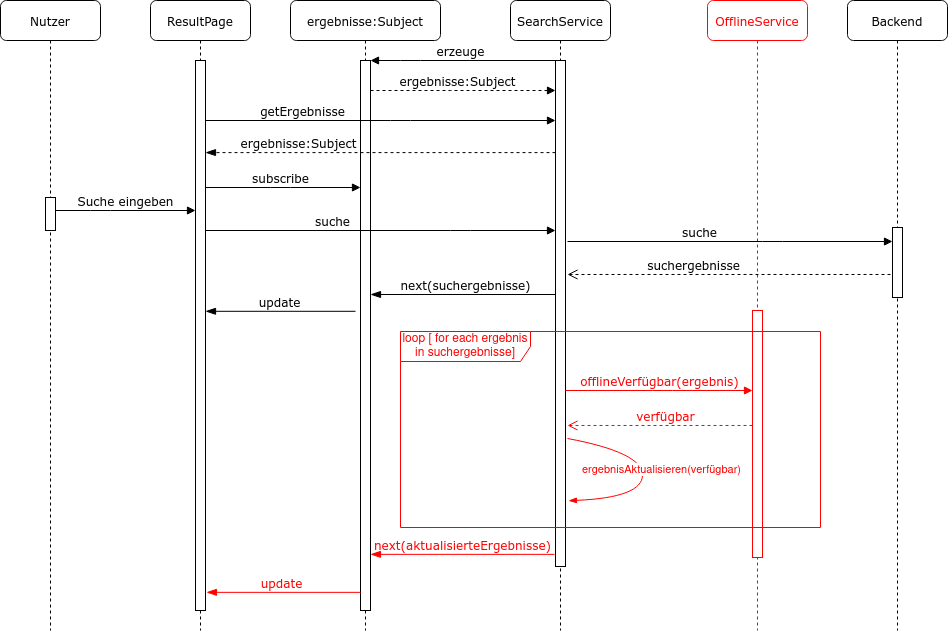
Earlier version of the draw.io export tex/bilder/diagramme/suche-sequenzdiagramm.png (schalterDev/Bachelor-Thesis). Source tidied: cells renumbered, new cells last; positions are measured from the earlier drawing's top-left corner, leaving out a move shared by most shapes.
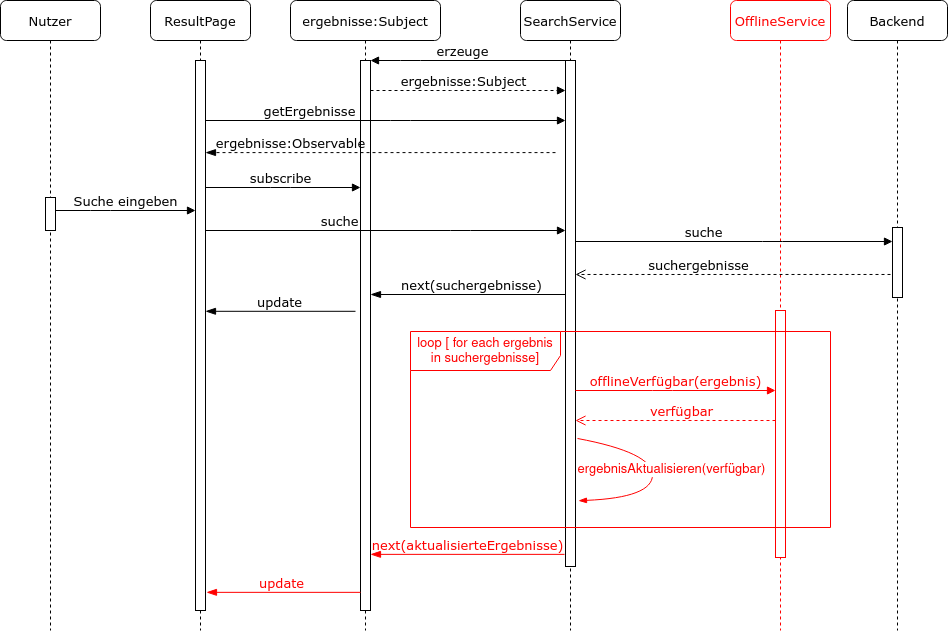
After the change.

Change to the diagram source:
```diff
@@ -2,19 +2,19 @@
   <root>
     <mxCell id="0" />
     <mxCell id="1" parent="0" />
-    <mxCell id="2" value="&lt;font color=&quot;#FF0000&quot;&gt;OfflineService&lt;/font&gt;" style="shape=umlLifeline;perimeter=lifelinePerimeter;whiteSpace=wrap;html=1;rounded=1;shadow=0;comic=0;labelBackgroundColor=none;strokeWidth=1;fontFamily=Verdana;fontSize=12;align=center;strokeColor=#FF0000;" parent="1" vertex="1">
-      <mxGeometry x="707" width="100" height="630" as="geometry" />
+    <mxCell id="2" value="&lt;font style=&quot;font-size: 13px;&quot; color=&quot;#FF0000&quot;&gt;OfflineService&lt;/font&gt;" style="shape=umlLifeline;perimeter=lifelinePerimeter;whiteSpace=wrap;html=1;rounded=1;shadow=0;comic=0;labelBackgroundColor=none;strokeWidth=1;fontFamily=Verdana;fontSize=13;align=center;strokeColor=#FF0000;" parent="1" vertex="1">
+      <mxGeometry x="730" width="100" height="630" as="geometry" />
     </mxCell>
-    <mxCell id="3" style="html=1;points=[];perimeter=orthogonalPerimeter;rounded=0;shadow=0;comic=0;labelBackgroundColor=none;strokeWidth=1;fontFamily=Verdana;fontSize=12;align=center;strokeColor=#FF0000;" parent="2" vertex="1">
+    <mxCell id="3" style="html=1;points=[];perimeter=orthogonalPerimeter;rounded=0;shadow=0;comic=0;labelBackgroundColor=none;strokeWidth=1;fontFamily=Verdana;fontSize=13;align=center;strokeColor=#FF0000;" parent="2" vertex="1">
       <mxGeometry x="45" y="310" width="10" height="247" as="geometry" />
     </mxCell>
-    <mxCell id="4" value="SearchService" style="shape=umlLifeline;perimeter=lifelinePerimeter;whiteSpace=wrap;html=1;rounded=1;shadow=0;comic=0;labelBackgroundColor=none;strokeWidth=1;fontFamily=Verdana;fontSize=12;align=center;" parent="1" vertex="1">
-      <mxGeometry x="510" width="100" height="630" as="geometry" />
+    <mxCell id="4" value="SearchService" style="shape=umlLifeline;perimeter=lifelinePerimeter;whiteSpace=wrap;html=1;rounded=1;shadow=0;comic=0;labelBackgroundColor=none;strokeWidth=1;fontFamily=Verdana;fontSize=13;align=center;" parent="1" vertex="1">
+      <mxGeometry x="520" width="100" height="630" as="geometry" />
     </mxCell>
-    <mxCell id="5" style="html=1;points=[];perimeter=orthogonalPerimeter;rounded=0;shadow=0;comic=0;labelBackgroundColor=none;strokeWidth=1;fontFamily=Verdana;fontSize=12;align=center;" parent="4" vertex="1">
+    <mxCell id="5" style="html=1;points=[];perimeter=orthogonalPerimeter;rounded=0;shadow=0;comic=0;labelBackgroundColor=none;strokeWidth=1;fontFamily=Verdana;fontSize=13;align=center;" parent="4" vertex="1">
       <mxGeometry x="45" y="60" width="10" height="506" as="geometry" />
     </mxCell>
-    <mxCell id="6" style="curved=1;endArrow=none;html=1;endFill=0;startArrow=blockThin;startFill=1;entryX=1.2;entryY=0.747;entryDx=0;entryDy=0;entryPerimeter=0;exitX=1.3;exitY=0.87;exitDx=0;exitDy=0;exitPerimeter=0;fontColor=#FF0000;strokeColor=#FF0000;" parent="4" edge="1" source="5" target="5">
+    <mxCell id="6" style="curved=1;endArrow=none;html=1;endFill=0;startArrow=blockThin;startFill=1;entryX=1.2;entryY=0.747;entryDx=0;entryDy=0;entryPerimeter=0;exitX=1.3;exitY=0.87;exitDx=0;exitDy=0;exitPerimeter=0;fontColor=#FF0000;strokeColor=#FF0000;fontSize=13;" parent="4" edge="1" source="5" target="5">
       <mxGeometry relative="1" as="geometry">
         <Array as="points">
           <mxPoint x="132" y="497" />
@@ -22,39 +22,39 @@
         </Array>
       </mxGeometry>
     </mxCell>
-    <mxCell id="7" value="ergebnisAktualisieren(verfügbar)" style="edgeLabel;html=1;align=center;verticalAlign=middle;fontColor=#FF0000;" parent="6" vertex="1">
+    <mxCell id="7" value="ergebnisAktualisieren(verfügbar)" style="edgeLabel;html=1;align=center;verticalAlign=middle;fontColor=#FF0000;fontSize=13;" parent="6" vertex="1">
       <mxGeometry x="0.22" y="5" relative="1" as="geometry">
         <mxPoint x="18.9" y="12" as="offset" />
       </mxGeometry>
     </mxCell>
-    <mxCell id="8" value="loop [ for each ergebnis in suchergebnisse]" style="shape=umlFrame;whiteSpace=wrap;html=1;width=130;height=30;fontColor=#FF0000;strokeColor=#FF0000;" parent="4" vertex="1">
+    <mxCell id="8" value="loop [ for each ergebnis in suchergebnisse]" style="shape=umlFrame;whiteSpace=wrap;html=1;width=150;height=39;fontColor=#FF0000;strokeColor=#FF0000;fontSize=13;" parent="4" vertex="1">
       <mxGeometry x="-110" y="331" width="420" height="196" as="geometry" />
     </mxCell>
-    <mxCell id="9" value="ergebnisse:Subject" style="shape=umlLifeline;perimeter=lifelinePerimeter;whiteSpace=wrap;html=1;rounded=1;shadow=0;comic=0;labelBackgroundColor=none;strokeWidth=1;fontFamily=Verdana;fontSize=12;align=center;" parent="1" vertex="1">
+    <mxCell id="9" value="ergebnisse:Subject" style="shape=umlLifeline;perimeter=lifelinePerimeter;whiteSpace=wrap;html=1;rounded=1;shadow=0;comic=0;labelBackgroundColor=none;strokeWidth=1;fontFamily=Verdana;fontSize=13;align=center;" parent="1" vertex="1">
       <mxGeometry x="290" width="150" height="630" as="geometry" />
     </mxCell>
-    <mxCell id="10" style="html=1;points=[];perimeter=orthogonalPerimeter;rounded=0;shadow=0;comic=0;labelBackgroundColor=none;strokeWidth=1;fontFamily=Verdana;fontSize=12;align=center;" parent="9" vertex="1">
+    <mxCell id="10" style="html=1;points=[];perimeter=orthogonalPerimeter;rounded=0;shadow=0;comic=0;labelBackgroundColor=none;strokeWidth=1;fontFamily=Verdana;fontSize=13;align=center;" parent="9" vertex="1">
       <mxGeometry x="70" y="60" width="10" height="550" as="geometry" />
     </mxCell>
-    <mxCell id="11" value="ResultPage" style="shape=umlLifeline;perimeter=lifelinePerimeter;whiteSpace=wrap;html=1;rounded=1;shadow=0;comic=0;labelBackgroundColor=none;strokeWidth=1;fontFamily=Verdana;fontSize=12;align=center;" parent="1" vertex="1">
+    <mxCell id="11" value="ResultPage" style="shape=umlLifeline;perimeter=lifelinePerimeter;whiteSpace=wrap;html=1;rounded=1;shadow=0;comic=0;labelBackgroundColor=none;strokeWidth=1;fontFamily=Verdana;fontSize=13;align=center;" parent="1" vertex="1">
       <mxGeometry x="150" width="100" height="630" as="geometry" />
     </mxCell>
-    <mxCell id="12" style="html=1;points=[];perimeter=orthogonalPerimeter;rounded=0;shadow=0;comic=0;labelBackgroundColor=none;strokeWidth=1;fontFamily=Verdana;fontSize=12;align=center;" parent="11" vertex="1">
+    <mxCell id="12" style="html=1;points=[];perimeter=orthogonalPerimeter;rounded=0;shadow=0;comic=0;labelBackgroundColor=none;strokeWidth=1;fontFamily=Verdana;fontSize=13;align=center;" parent="11" vertex="1">
       <mxGeometry x="45" y="60" width="10" height="550" as="geometry" />
     </mxCell>
-    <mxCell id="13" value="Backend" style="shape=umlLifeline;perimeter=lifelinePerimeter;whiteSpace=wrap;html=1;rounded=1;shadow=0;comic=0;labelBackgroundColor=none;strokeWidth=1;fontFamily=Verdana;fontSize=12;align=center;" parent="1" vertex="1">
+    <mxCell id="13" value="Backend" style="shape=umlLifeline;perimeter=lifelinePerimeter;whiteSpace=wrap;html=1;rounded=1;shadow=0;comic=0;labelBackgroundColor=none;strokeWidth=1;fontFamily=Verdana;fontSize=13;align=center;" parent="1" vertex="1">
       <mxGeometry x="847" width="100" height="630" as="geometry" />
     </mxCell>
-    <mxCell id="14" style="html=1;points=[];perimeter=orthogonalPerimeter;rounded=0;shadow=0;comic=0;labelBackgroundColor=none;strokeWidth=1;fontFamily=Verdana;fontSize=12;align=center;" parent="13" vertex="1">
+    <mxCell id="14" style="html=1;points=[];perimeter=orthogonalPerimeter;rounded=0;shadow=0;comic=0;labelBackgroundColor=none;strokeWidth=1;fontFamily=Verdana;fontSize=13;align=center;" parent="13" vertex="1">
       <mxGeometry x="45" y="227" width="10" height="70" as="geometry" />
     </mxCell>
-    <mxCell id="15" value="Nutzer" style="shape=umlLifeline;perimeter=lifelinePerimeter;whiteSpace=wrap;html=1;rounded=1;shadow=0;comic=0;labelBackgroundColor=none;strokeWidth=1;fontFamily=Verdana;fontSize=12;align=center;" parent="1" vertex="1">
+    <mxCell id="15" value="Nutzer" style="shape=umlLifeline;perimeter=lifelinePerimeter;whiteSpace=wrap;html=1;rounded=1;shadow=0;comic=0;labelBackgroundColor=none;strokeWidth=1;fontFamily=Verdana;fontSize=13;align=center;" parent="1" vertex="1">
       <mxGeometry width="100" height="630" as="geometry" />
     </mxCell>
-    <mxCell id="16" style="html=1;points=[];perimeter=orthogonalPerimeter;rounded=0;shadow=0;comic=0;labelBackgroundColor=none;strokeWidth=1;fontFamily=Verdana;fontSize=12;align=center;" parent="15" vertex="1">
+    <mxCell id="16" style="html=1;points=[];perimeter=orthogonalPerimeter;rounded=0;shadow=0;comic=0;labelBackgroundColor=none;strokeWidth=1;fontFamily=Verdana;fontSize=13;align=center;" parent="15" vertex="1">
       <mxGeometry x="45" y="197" width="10" height="33" as="geometry" />
     </mxCell>
-    <mxCell id="17" value="getErgebnisse" style="html=1;verticalAlign=bottom;endArrow=block;labelBackgroundColor=none;fontFamily=Verdana;fontSize=12;edgeStyle=elbowEdgeStyle;elbow=vertical;" parent="1" edge="1" source="12" target="5">
+    <mxCell id="17" value="getErgebnisse" style="html=1;verticalAlign=bottom;endArrow=block;labelBackgroundColor=none;fontFamily=Verdana;fontSize=13;edgeStyle=elbowEdgeStyle;elbow=vertical;" parent="1" edge="1" source="12" target="5">
       <mxGeometry x="0.47" y="-160" relative="1" as="geometry">
         <Array as="points">
           <mxPoint x="400" y="120" />
@@ -64,14 +64,14 @@
         <mxPoint x="-160" y="-160" as="offset" />
       </mxGeometry>
     </mxCell>
-    <mxCell id="18" value="Suche eingeben" style="html=1;verticalAlign=bottom;endArrow=block;labelBackgroundColor=none;fontFamily=Verdana;fontSize=12;edgeStyle=elbowEdgeStyle;elbow=vertical;" parent="1" edge="1" source="16" target="12">
+    <mxCell id="18" value="Suche eingeben" style="html=1;verticalAlign=bottom;endArrow=block;labelBackgroundColor=none;fontFamily=Verdana;fontSize=13;edgeStyle=elbowEdgeStyle;elbow=vertical;" parent="1" edge="1" source="16" target="12">
       <mxGeometry relative="1" as="geometry">
         <Array as="points">
           <mxPoint x="100" y="210" />
         </Array>
       </mxGeometry>
     </mxCell>
-    <mxCell id="19" value="suche" style="html=1;verticalAlign=bottom;endArrow=block;labelBackgroundColor=none;fontFamily=Verdana;fontSize=12;edgeStyle=elbowEdgeStyle;elbow=vertical;" parent="1" edge="1" source="12" target="5">
+    <mxCell id="19" value="suche" style="html=1;verticalAlign=bottom;endArrow=block;labelBackgroundColor=none;fontFamily=Verdana;fontSize=13;edgeStyle=elbowEdgeStyle;elbow=vertical;" parent="1" edge="1" source="12" target="5">
       <mxGeometry x="0.47" y="-130" relative="1" as="geometry">
         <Array as="points">
           <mxPoint x="460" y="230" />
@@ -81,41 +81,40 @@
         <mxPoint x="-130" y="-130" as="offset" />
       </mxGeometry>
     </mxCell>
-    <mxCell id="20" value="next(suchergebnisse)" style="html=1;verticalAlign=bottom;endArrow=blockThin;endSize=8;labelBackgroundColor=none;fontFamily=Verdana;fontSize=12;endFill=1;" parent="1" edge="1" source="5">
+    <mxCell id="20" value="next(suchergebnisse)" style="html=1;verticalAlign=bottom;endArrow=blockThin;endSize=8;labelBackgroundColor=none;fontFamily=Verdana;fontSize=13;endFill=1;" parent="1" edge="1" source="5">
       <mxGeometry x="-0.03" relative="1" as="geometry">
         <mxPoint x="370" y="294" as="targetPoint" />
       </mxGeometry>
     </mxCell>
-    <mxCell id="21" value="suche" style="html=1;verticalAlign=bottom;endArrow=block;labelBackgroundColor=none;fontFamily=Verdana;fontSize=12;edgeStyle=elbowEdgeStyle;elbow=vertical;" parent="1" edge="1" target="14">
+    <mxCell id="21" value="suche" style="html=1;verticalAlign=bottom;endArrow=block;labelBackgroundColor=none;fontFamily=Verdana;fontSize=13;edgeStyle=elbowEdgeStyle;elbow=vertical;" parent="1" edge="1" source="5" target="14">
       <mxGeometry y="-30" relative="1" as="geometry">
-        <mxPoint x="567" y="241" as="sourcePoint" />
         <Array as="points">
           <mxPoint x="772" y="241" />
         </Array>
         <mxPoint x="-31" y="-30" as="offset" />
       </mxGeometry>
     </mxCell>
-    <mxCell id="22" value="&lt;div&gt;suchergebnisse&lt;/div&gt;" style="html=1;verticalAlign=bottom;endArrow=open;dashed=1;endSize=8;labelBackgroundColor=none;fontFamily=Verdana;fontSize=12;exitX=-0.2;exitY=0.671;exitDx=0;exitDy=0;exitPerimeter=0;" parent="1" edge="1" source="14">
-      <mxGeometry x="0.22" relative="1" as="geometry">
-        <mxPoint x="567" y="274" as="targetPoint" />
-      </mxGeometry>
+    <mxCell id="22" value="&lt;div style=&quot;font-size: 13px;&quot;&gt;suchergebnisse&lt;/div&gt;" style="html=1;verticalAlign=bottom;endArrow=open;dashed=1;endSize=8;labelBackgroundColor=none;fontFamily=Verdana;fontSize=13;exitX=-0.2;exitY=0.671;exitDx=0;exitDy=0;exitPerimeter=0;" parent="1" edge="1" source="14" target="5">
+      <mxGeometry x="0.22" relative="1" as="geometry" />
     </mxCell>
-    <mxCell id="23" value="offlineVerfügbar(ergebnis)" style="html=1;verticalAlign=bottom;endArrow=block;labelBackgroundColor=none;fontFamily=Verdana;fontSize=12;edgeStyle=elbowEdgeStyle;elbow=vertical;fontColor=#FF0000;strokeColor=#FF0000;" parent="1" edge="1" source="5" target="3">
+    <mxCell id="23" value="offlineVerfügbar(ergebnis)" style="html=1;verticalAlign=bottom;endArrow=block;labelBackgroundColor=none;fontFamily=Verdana;fontSize=13;edgeStyle=elbowEdgeStyle;elbow=vertical;fontColor=#FF0000;strokeColor=#FF0000;" parent="1" edge="1" source="5" target="3">
       <mxGeometry relative="1" as="geometry">
         <Array as="points">
           <mxPoint x="662" y="390" />
         </Array>
       </mxGeometry>
     </mxCell>
-    <mxCell id="24" value="verfügbar" style="html=1;verticalAlign=bottom;endArrow=open;dashed=1;endSize=8;labelBackgroundColor=none;fontFamily=Verdana;fontSize=12;fontColor=#FF0000;strokeColor=#FF0000;" parent="1" edge="1" source="3">
+    <mxCell id="24" value="verfügbar" style="html=1;verticalAlign=bottom;endArrow=open;dashed=1;endSize=8;labelBackgroundColor=none;fontFamily=Verdana;fontSize=13;fontColor=#FF0000;strokeColor=#FF0000;" parent="1" edge="1" source="3" target="5">
       <mxGeometry x="-0.06" relative="1" as="geometry">
-        <mxPoint x="567" y="425" as="targetPoint" />
+        <Array as="points">
+          <mxPoint x="660" y="420" />
+        </Array>
       </mxGeometry>
     </mxCell>
-    <mxCell id="25" value="&lt;font color=&quot;#FF0000&quot;&gt;next(aktualisierteErgebnisse)&lt;/font&gt;" style="html=1;verticalAlign=bottom;endArrow=blockThin;endSize=8;exitX=-0.1;exitY=0.976;labelBackgroundColor=none;fontFamily=Verdana;fontSize=12;exitDx=0;exitDy=0;exitPerimeter=0;endFill=1;strokeColor=#FF0000;" parent="1" edge="1" source="5" target="10">
+    <mxCell id="25" value="&lt;font style=&quot;font-size: 13px;&quot; color=&quot;#FF0000&quot;&gt;next(aktualisierteErgebnisse)&lt;/font&gt;" style="html=1;verticalAlign=bottom;endArrow=blockThin;endSize=8;exitX=-0.1;exitY=0.976;labelBackgroundColor=none;fontFamily=Verdana;fontSize=13;exitDx=0;exitDy=0;exitPerimeter=0;endFill=1;strokeColor=#FF0000;" parent="1" edge="1" source="5" target="10">
       <mxGeometry relative="1" as="geometry" />
     </mxCell>
-    <mxCell id="26" value="erzeuge" style="html=1;verticalAlign=bottom;endArrow=block;labelBackgroundColor=none;fontFamily=Verdana;fontSize=12;edgeStyle=elbowEdgeStyle;elbow=vertical;" parent="1" edge="1" source="5" target="10">
+    <mxCell id="26" value="erzeuge" style="html=1;verticalAlign=bottom;endArrow=block;labelBackgroundColor=none;fontFamily=Verdana;fontSize=13;edgeStyle=elbowEdgeStyle;elbow=vertical;" parent="1" edge="1" source="5" target="10">
       <mxGeometry x="0.57" y="-50" relative="1" as="geometry">
         <Array as="points">
           <mxPoint x="410" y="60" />
@@ -124,7 +123,7 @@
         <mxPoint x="50" y="50" as="offset" />
       </mxGeometry>
     </mxCell>
-    <mxCell id="27" value="ergebnisse:Subject" style="html=1;verticalAlign=bottom;endArrow=block;labelBackgroundColor=none;fontFamily=Verdana;fontSize=12;edgeStyle=elbowEdgeStyle;elbow=vertical;dashed=1;" parent="1" edge="1" source="10" target="5">
+    <mxCell id="27" value="ergebnisse:Subject" style="html=1;verticalAlign=bottom;endArrow=block;labelBackgroundColor=none;fontFamily=Verdana;fontSize=13;edgeStyle=elbowEdgeStyle;elbow=vertical;dashed=1;" parent="1" edge="1" source="10" target="5">
       <mxGeometry x="0.16" y="-20" relative="1" as="geometry">
         <Array as="points">
           <mxPoint x="460" y="90" />
@@ -135,13 +134,13 @@
         <mxPoint x="-20" y="-20" as="offset" />
       </mxGeometry>
     </mxCell>
-    <mxCell id="28" value="ergebnisse:Subject" style="html=1;verticalAlign=bottom;endArrow=blockThin;endSize=8;labelBackgroundColor=none;fontFamily=Verdana;fontSize=12;endFill=1;entryX=1;entryY=0.182;entryDx=0;entryDy=0;entryPerimeter=0;dashed=1;" parent="1" edge="1">
-      <mxGeometry x="0.47" relative="1" as="geometry">
+    <mxCell id="28" value="ergebnisse:Observable" style="html=1;verticalAlign=bottom;endArrow=blockThin;endSize=8;labelBackgroundColor=none;fontFamily=Verdana;fontSize=13;endFill=1;entryX=1;entryY=0.182;entryDx=0;entryDy=0;entryPerimeter=0;dashed=1;" parent="1" edge="1">
+      <mxGeometry x="0.51" relative="1" as="geometry">
         <mxPoint x="555" y="152.1" as="sourcePoint" />
         <mxPoint x="205" y="152.1" as="targetPoint" />
       </mxGeometry>
     </mxCell>
-    <mxCell id="29" value="subscribe" style="html=1;verticalAlign=bottom;endArrow=block;labelBackgroundColor=none;fontFamily=Verdana;fontSize=12;edgeStyle=elbowEdgeStyle;elbow=vertical;" parent="1" edge="1" source="12" target="10">
+    <mxCell id="29" value="subscribe" style="html=1;verticalAlign=bottom;endArrow=block;labelBackgroundColor=none;fontFamily=Verdana;fontSize=13;edgeStyle=elbowEdgeStyle;elbow=vertical;" parent="1" edge="1" source="12" target="10">
       <mxGeometry x="-0.03" relative="1" as="geometry">
         <Array as="points">
           <mxPoint x="280" y="187" />
@@ -150,10 +149,10 @@
         </Array>
       </mxGeometry>
     </mxCell>
-    <mxCell id="30" value="update" style="html=1;verticalAlign=bottom;endArrow=blockThin;endSize=8;exitX=-0.5;exitY=0.456;labelBackgroundColor=none;fontFamily=Verdana;fontSize=12;exitDx=0;exitDy=0;exitPerimeter=0;endFill=1;" parent="1" edge="1" source="10" target="12">
+    <mxCell id="30" value="update" style="html=1;verticalAlign=bottom;endArrow=blockThin;endSize=8;exitX=-0.5;exitY=0.456;labelBackgroundColor=none;fontFamily=Verdana;fontSize=13;exitDx=0;exitDy=0;exitPerimeter=0;endFill=1;" parent="1" edge="1" source="10" target="12">
       <mxGeometry x="0.02" relative="1" as="geometry" />
     </mxCell>
-    <mxCell id="31" value="&lt;font color=&quot;#FF0000&quot;&gt;update&lt;/font&gt;" style="html=1;verticalAlign=bottom;endArrow=blockThin;endSize=8;labelBackgroundColor=none;fontFamily=Verdana;fontSize=12;endFill=1;entryX=1.1;entryY=0.967;entryDx=0;entryDy=0;entryPerimeter=0;strokeColor=#FF0000;" parent="1" edge="1" source="10" target="12">
+    <mxCell id="31" value="&lt;font style=&quot;font-size: 13px;&quot; color=&quot;#FF0000&quot;&gt;update&lt;/font&gt;" style="html=1;verticalAlign=bottom;endArrow=blockThin;endSize=8;labelBackgroundColor=none;fontFamily=Verdana;fontSize=13;endFill=1;entryX=1.1;entryY=0.967;entryDx=0;entryDy=0;entryPerimeter=0;strokeColor=#FF0000;" parent="1" edge="1" source="10" target="12">
       <mxGeometry x="0.02" relative="1" as="geometry" />
     </mxCell>
   </root>
```
